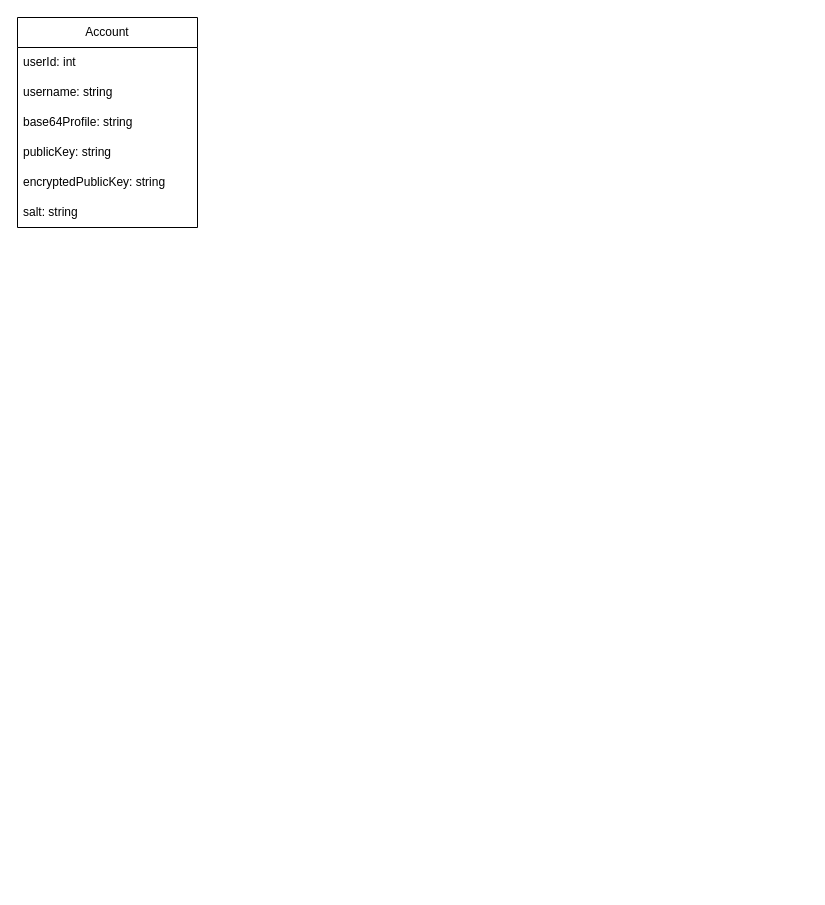
JorgeMartinezSanchez/Progra_II_2-2025 keeps this draw.io diagram as Database model.drawio. Above is the earlier version. Source tidied: cells renumbered, new cells numbered last; positions are measured from the earlier drawing's top-left corner, leaving out a move shared by most shapes. Both pictures are drawn from the tidied source at 100%, with x=0, y=0 at pixel (17, 17).
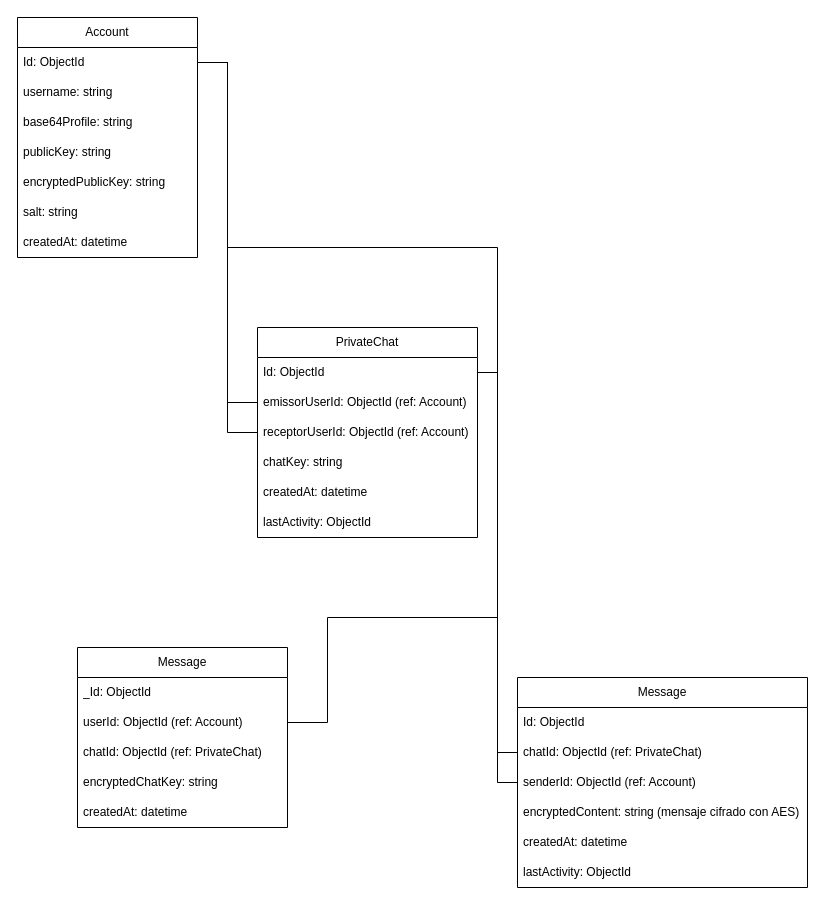
The same page after the edit.

Change to the diagram source:
```diff
@@
     <mxCell id="2" value="Account" style="swimlane;fontStyle=0;horizontal=1;startSize=30;whiteSpace=wrap;html=1;" parent="1" vertex="1">
-      <mxGeometry width="180" height="210" as="geometry" />
+      <mxGeometry width="180" height="240" as="geometry" />
     </mxCell>
-    <mxCell id="3" value="userId: int" style="text;strokeColor=none;fillColor=none;align=left;verticalAlign=middle;spacingLeft=4;spacingRight=4;overflow=hidden;points=[[0,0.5],[1,0.5]];portConstraint=eastwest;whiteSpace=wrap;html=1;" parent="2" vertex="1">
+    <mxCell id="3" value="Id: ObjectId" style="text;strokeColor=none;fillColor=none;align=left;verticalAlign=middle;spacingLeft=4;spacingRight=4;overflow=hidden;points=[[0,0.5],[1,0.5]];portConstraint=eastwest;whiteSpace=wrap;html=1;" parent="2" vertex="1">
       <mxGeometry y="30" width="180" height="30" as="geometry" />
     </mxCell>
@@
+    <mxCell id="9" value="createdAt: datetime" style="text;strokeColor=none;fillColor=none;align=left;verticalAlign=middle;spacingLeft=4;spacingRight=4;overflow=hidden;whiteSpace=wrap;html=1;" parent="2" vertex="1">
+      <mxGeometry y="210" width="180" height="30" as="geometry" />
+    </mxCell>
+    <mxCell id="10" value="PrivateChat" style="swimlane;fontStyle=0;horizontal=1;startSize=30;whiteSpace=wrap;html=1;" parent="1" vertex="1">
+      <mxGeometry x="240" y="310" width="220" height="210" as="geometry" />
+    </mxCell>
+    <mxCell id="11" value="Id: ObjectId" style="text;strokeColor=none;fillColor=none;align=left;verticalAlign=middle;spacingLeft=4;spacingRight=4;overflow=hidden;points=[[0,0.5],[1,0.5]];portConstraint=eastwest;whiteSpace=wrap;html=1;" parent="10" vertex="1">
+      <mxGeometry y="30" width="220" height="30" as="geometry" />
+    </mxCell>
+    <mxCell id="12" value="emissorUserId: ObjectId (ref: Account)" style="text;strokeColor=none;fillColor=none;align=left;verticalAlign=middle;spacingLeft=4;spacingRight=4;overflow=hidden;points=[[0,0.5],[1,0.5]];portConstraint=eastwest;whiteSpace=wrap;html=1;" parent="10" vertex="1">
+      <mxGeometry y="60" width="220" height="30" as="geometry" />
+    </mxCell>
+    <mxCell id="13" value="receptorUserId: ObjectId (ref: Account)" style="text;strokeColor=none;fillColor=none;align=left;verticalAlign=middle;spacingLeft=4;spacingRight=4;overflow=hidden;points=[[0,0.5],[1,0.5]];portConstraint=eastwest;whiteSpace=wrap;html=1;" parent="10" vertex="1">
+      <mxGeometry y="90" width="220" height="30" as="geometry" />
+    </mxCell>
+    <mxCell id="14" value="chatKey: string" style="text;strokeColor=none;fillColor=none;align=left;verticalAlign=middle;spacingLeft=4;spacingRight=4;overflow=hidden;whiteSpace=wrap;html=1;" parent="10" vertex="1">
+      <mxGeometry y="120" width="220" height="30" as="geometry" />
+    </mxCell>
+    <mxCell id="15" value="createdAt: datetime" style="text;strokeColor=none;fillColor=none;align=left;verticalAlign=middle;spacingLeft=4;spacingRight=4;overflow=hidden;whiteSpace=wrap;html=1;" parent="10" vertex="1">
+      <mxGeometry y="150" width="220" height="30" as="geometry" />
+    </mxCell>
+    <mxCell id="16" value="lastActivity: ObjectId" style="text;strokeColor=none;fillColor=none;align=left;verticalAlign=middle;spacingLeft=4;spacingRight=4;overflow=hidden;whiteSpace=wrap;html=1;" parent="10" vertex="1">
+      <mxGeometry y="180" width="220" height="30" as="geometry" />
+    </mxCell>
+    <mxCell id="17" value="Message" style="swimlane;fontStyle=0;horizontal=1;startSize=30;whiteSpace=wrap;html=1;" parent="1" vertex="1">
+      <mxGeometry x="500" y="660" width="290" height="210" as="geometry" />
+    </mxCell>
+    <mxCell id="18" value="Id: ObjectId" style="text;strokeColor=none;fillColor=none;align=left;verticalAlign=middle;spacingLeft=4;spacingRight=4;overflow=hidden;whiteSpace=wrap;html=1;" parent="17" vertex="1">
+      <mxGeometry y="30" width="290" height="30" as="geometry" />
+    </mxCell>
+    <mxCell id="19" value="chatId: ObjectId (ref: PrivateChat)" style="text;strokeColor=none;fillColor=none;align=left;verticalAlign=middle;spacingLeft=4;spacingRight=4;overflow=hidden;points=[[0,0.5],[1,0.5]];portConstraint=eastwest;whiteSpace=wrap;html=1;" parent="17" vertex="1">
+      <mxGeometry y="60" width="290" height="30" as="geometry" />
+    </mxCell>
+    <mxCell id="20" value="senderId: ObjectId (ref: Account)" style="text;strokeColor=none;fillColor=none;align=left;verticalAlign=middle;spacingLeft=4;spacingRight=4;overflow=hidden;points=[[0,0.5],[1,0.5]];portConstraint=eastwest;whiteSpace=wrap;html=1;" parent="17" vertex="1">
+      <mxGeometry y="90" width="290" height="30" as="geometry" />
+    </mxCell>
+    <mxCell id="21" value="encryptedContent: string (mensaje cifrado con AES)" style="text;strokeColor=none;fillColor=none;align=left;verticalAlign=middle;spacingLeft=4;spacingRight=4;overflow=hidden;whiteSpace=wrap;html=1;" parent="17" vertex="1">
+      <mxGeometry y="120" width="290" height="30" as="geometry" />
+    </mxCell>
+    <mxCell id="22" value="createdAt: datetime" style="text;strokeColor=none;fillColor=none;align=left;verticalAlign=middle;spacingLeft=4;spacingRight=4;overflow=hidden;whiteSpace=wrap;html=1;" parent="17" vertex="1">
+      <mxGeometry y="150" width="290" height="30" as="geometry" />
+    </mxCell>
+    <mxCell id="23" value="lastActivity: ObjectId" style="text;strokeColor=none;fillColor=none;align=left;verticalAlign=middle;spacingLeft=4;spacingRight=4;overflow=hidden;whiteSpace=wrap;html=1;" parent="17" vertex="1">
+      <mxGeometry y="180" width="290" height="30" as="geometry" />
+    </mxCell>
+    <mxCell id="24" style="edgeStyle=orthogonalEdgeStyle;rounded=0;jettySize=auto;html=1;endArrow=none;endFill=0;" parent="1" edge="1" source="3" target="12">
+      <mxGeometry relative="1" as="geometry" />
+    </mxCell>
+    <mxCell id="25" style="edgeStyle=orthogonalEdgeStyle;rounded=0;jettySize=auto;html=1;entryX=0;entryY=0.5;entryDx=0;entryDy=0;endArrow=none;endFill=0;" parent="1" edge="1" source="3" target="13">
+      <mxGeometry relative="1" as="geometry" />
+    </mxCell>
+    <mxCell id="26" style="edgeStyle=orthogonalEdgeStyle;rounded=0;jettySize=auto;html=1;endArrow=none;endFill=0;" parent="1" edge="1" source="11" target="19">
+      <mxGeometry relative="1" as="geometry" />
+    </mxCell>
+    <mxCell id="27" value="Message" style="swimlane;fontStyle=0;horizontal=1;startSize=30;whiteSpace=wrap;html=1;" parent="1" vertex="1">
+      <mxGeometry x="60" y="630" width="210" height="180" as="geometry" />
+    </mxCell>
+    <mxCell id="28" value="_Id: ObjectId" style="text;strokeColor=none;fillColor=none;align=left;verticalAlign=middle;spacingLeft=4;spacingRight=4;overflow=hidden;whiteSpace=wrap;html=1;" parent="27" vertex="1">
+      <mxGeometry y="30" width="210" height="30" as="geometry" />
+    </mxCell>
+    <mxCell id="29" value="userId: ObjectId (ref: Account)" style="text;strokeColor=none;fillColor=none;align=left;verticalAlign=middle;spacingLeft=4;spacingRight=4;overflow=hidden;points=[[0,0.5],[1,0.5]];portConstraint=eastwest;whiteSpace=wrap;html=1;" parent="27" vertex="1">
+      <mxGeometry y="60" width="210" height="30" as="geometry" />
+    </mxCell>
+    <mxCell id="30" value="chatId: ObjectId (ref: PrivateChat)" style="text;strokeColor=none;fillColor=none;align=left;verticalAlign=middle;spacingLeft=4;spacingRight=4;overflow=hidden;whiteSpace=wrap;html=1;" parent="27" vertex="1">
+      <mxGeometry y="90" width="210" height="30" as="geometry" />
+    </mxCell>
+    <mxCell id="31" value="encryptedChatKey: string" style="text;strokeColor=none;fillColor=none;align=left;verticalAlign=middle;spacingLeft=4;spacingRight=4;overflow=hidden;whiteSpace=wrap;html=1;" parent="27" vertex="1">
+      <mxGeometry y="120" width="210" height="30" as="geometry" />
+    </mxCell>
+    <mxCell id="32" value="createdAt: datetime" style="text;strokeColor=none;fillColor=none;align=left;verticalAlign=middle;spacingLeft=4;spacingRight=4;overflow=hidden;whiteSpace=wrap;html=1;" parent="27" vertex="1">
+      <mxGeometry y="150" width="210" height="30" as="geometry" />
+    </mxCell>
+    <mxCell id="33" style="edgeStyle=orthogonalEdgeStyle;rounded=0;jettySize=auto;html=1;endArrow=none;endFill=0;" parent="1" edge="1" source="29" target="11">
+      <mxGeometry relative="1" as="geometry">
+        <Array as="points">
+          <mxPoint x="310" y="705" />
+          <mxPoint x="310" y="600" />
+          <mxPoint x="480" y="600" />
+          <mxPoint x="480" y="355" />
+        </Array>
+      </mxGeometry>
+    </mxCell>
+    <mxCell id="34" style="edgeStyle=orthogonalEdgeStyle;rounded=0;jettySize=auto;html=1;endArrow=none;endFill=0;" parent="1" edge="1" source="3" target="20">
+      <mxGeometry relative="1" as="geometry">
+        <Array as="points">
+          <mxPoint x="210" y="45" />
+          <mxPoint x="210" y="230" />
+          <mxPoint x="480" y="230" />
+          <mxPoint x="480" y="765" />
+        </Array>
+      </mxGeometry>
+    </mxCell>
```
